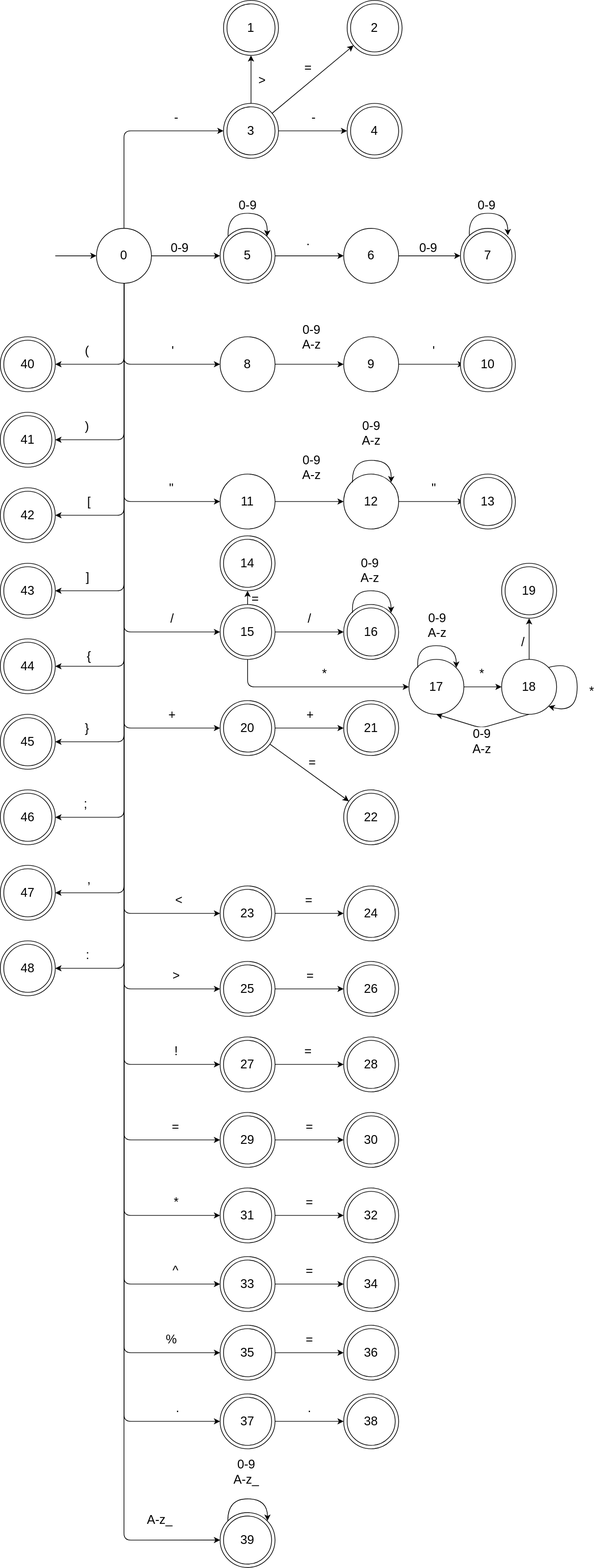
This is automato.drawio.svg from eduardo-marca/Projeto-Compiladores, a draw.io export, as it was before one commit. Source tidied: cells renumbered, new cells last; positions are measured from the earlier drawing's top-left corner, leaving out a move shared by most shapes.
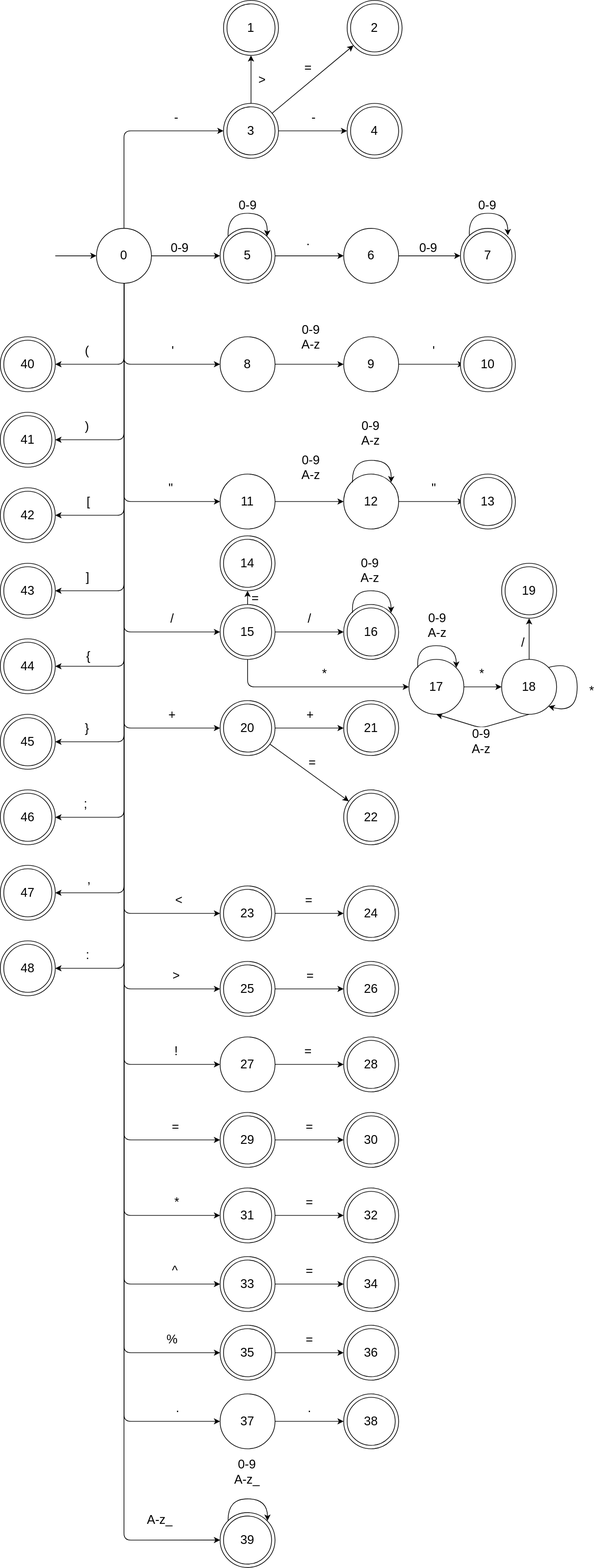
The same file after the commit.

What changed in the source:
```diff
@@ -543,7 +543,7 @@
         <mxPoint y="-21" as="offset" />
       </mxGeometry>
     </mxCell>
-    <mxCell id="113" style="ellipse;whiteSpace=wrap;html=1;fontSize=18;" parent="1" vertex="1">
+    <mxCell id="113" value="27" style="ellipse;whiteSpace=wrap;html=1;fontSize=18;" parent="1" vertex="1">
       <mxGeometry x="320" y="1510" width="80" height="80" as="geometry" />
     </mxCell>
     <mxCell id="114" style="ellipse;whiteSpace=wrap;html=1;fontSize=18;" parent="1" vertex="1">
@@ -651,9 +651,6 @@
         <mxPoint x="80" y="372" as="sourcePoint" />
       </mxGeometry>
     </mxCell>
-    <mxCell id="143" value="27" style="ellipse;whiteSpace=wrap;html=1;fontSize=18;" parent="1" vertex="1">
-      <mxGeometry x="325" y="1515" width="70" height="70" as="geometry" />
-    </mxCell>
     <mxCell id="144" style="ellipse;whiteSpace=wrap;html=1;fontSize=18;" parent="1" vertex="1">
       <mxGeometry x="505" width="80" height="80" as="geometry" />
     </mxCell>
@@ -740,7 +737,7 @@
         <mxPoint x="7" y="-20" as="offset" />
       </mxGeometry>
     </mxCell>
-    <mxCell id="170" style="ellipse;whiteSpace=wrap;html=1;fontSize=18;" parent="1" vertex="1">
+    <mxCell id="170" value="37" style="ellipse;whiteSpace=wrap;html=1;fontSize=18;" parent="1" vertex="1">
       <mxGeometry x="320" y="2030" width="80" height="80" as="geometry" />
     </mxCell>
     <mxCell id="171" style="ellipse;whiteSpace=wrap;html=1;fontSize=18;" parent="1" vertex="1">
@@ -749,9 +746,6 @@
     <mxCell id="172" value="38" style="ellipse;whiteSpace=wrap;html=1;fontSize=18;" parent="1" vertex="1">
       <mxGeometry x="505" y="2035" width="70" height="70" as="geometry" />
     </mxCell>
-    <mxCell id="173" value="37" style="ellipse;whiteSpace=wrap;html=1;fontSize=18;" parent="1" vertex="1">
-      <mxGeometry x="325" y="2035" width="70" height="70" as="geometry" />
-    </mxCell>
     <mxCell id="174" style="ellipse;whiteSpace=wrap;html=1;fontSize=18;" parent="1" vertex="1">
       <mxGeometry y="490" width="80" height="80" as="geometry" />
     </mxCell>
```
